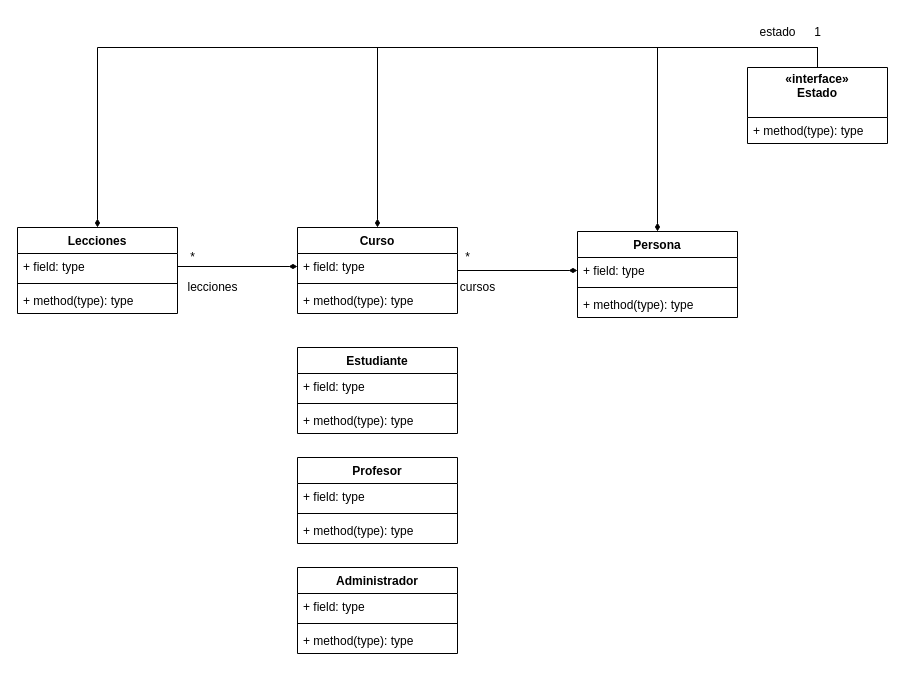
Above: Propuesta1ProyectoDesarrollo.drawio in ernestod10/Diagramas (draw.io), before the change. Source tidied: cells renumbered, new cells numbered last; positions are measured from the earlier drawing's top-left corner, leaving out a move shared by most shapes. Both pictures are drawn from the tidied source at 100%, with x=0, y=0 at pixel (17, 17).
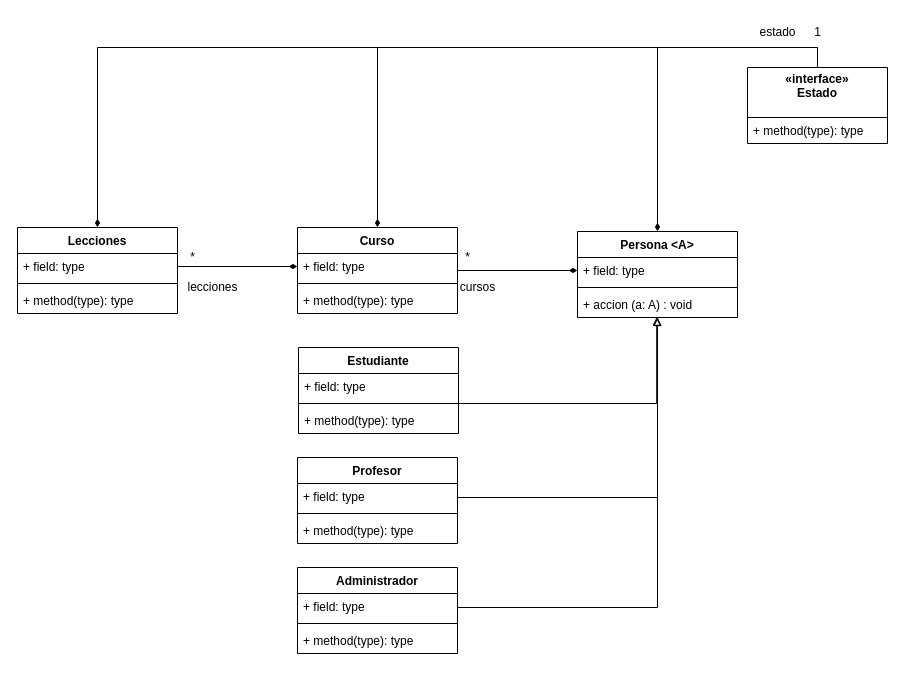
The same page after the edit.

The change refers to these unchanged cells:
```xml
<mxCell id="8" style="line;strokeWidth=1;fillColor=none;align=left;verticalAlign=middle;spacingTop=-1;spacingLeft=3;spacingRight=3;labelPosition=right;points=[];portConstraint=eastwest;strokeColor=inherit;" parent="6" vertex="1">
  <mxGeometry y="52" width="160" height="8" as="geometry" />
</mxCell>
<mxCell id="11" value="+ field: type" style="text;strokeColor=none;fillColor=none;align=left;verticalAlign=top;spacingLeft=4;spacingRight=4;overflow=hidden;points=[[0,0.5],[1,0.5]];portConstraint=eastwest;" parent="10" vertex="1">
  <mxGeometry y="26" width="160" height="26" as="geometry" />
</mxCell>
<mxCell id="15" value="+ field: type" style="text;strokeColor=none;fillColor=none;align=left;verticalAlign=top;spacingLeft=4;spacingRight=4;overflow=hidden;points=[[0,0.5],[1,0.5]];portConstraint=eastwest;" parent="14" vertex="1">
  <mxGeometry y="26" width="160" height="26" as="geometry" />
</mxCell>
```

Diff of the diagram source:
```diff
@@
-    <mxCell id="2" value="Persona" style="swimlane;fontStyle=1;align=center;verticalAlign=top;horizontal=1;startSize=26;" parent="1" vertex="1">
+    <mxCell id="2" value="Persona &lt;A&gt;" style="swimlane;fontStyle=1;align=center;verticalAlign=top;horizontal=1;startSize=26;" parent="1" vertex="1">
       <mxGeometry x="560" y="214" width="160" height="86" as="geometry" />
     </mxCell>
@@
-    <mxCell id="5" value="+ method(type): type" style="text;strokeColor=none;fillColor=none;align=left;verticalAlign=top;spacingLeft=4;spacingRight=4;overflow=hidden;points=[[0,0.5],[1,0.5]];portConstraint=eastwest;" parent="2" vertex="1">
+    <mxCell id="5" value="+ accion (a: A) : void" style="text;strokeColor=none;fillColor=none;align=left;verticalAlign=top;spacingLeft=4;spacingRight=4;overflow=hidden;points=[[0,0.5],[1,0.5]];portConstraint=eastwest;" parent="2" vertex="1">
       <mxGeometry y="60" width="160" height="26" as="geometry" />
     </mxCell>
     <mxCell id="6" value="Estudiante" style="swimlane;fontStyle=1;align=center;verticalAlign=top;horizontal=1;startSize=26;" parent="1" vertex="1">
-      <mxGeometry x="280" y="330" width="160" height="86" as="geometry" />
+      <mxGeometry x="281" y="330" width="160" height="86" as="geometry" />
     </mxCell>
@@
+    <mxCell id="39" style="edgeStyle=orthogonalEdgeStyle;rounded=0;jettySize=auto;html=1;entryX=0.495;entryY=0.987;entryDx=0;entryDy=0;entryPerimeter=0;endArrow=block;endFill=0;" parent="1" edge="1" source="8" target="5">
+      <mxGeometry relative="1" as="geometry">
+        <Array as="points">
+          <mxPoint x="639" y="386" />
+        </Array>
+      </mxGeometry>
+    </mxCell>
+    <mxCell id="40" style="edgeStyle=orthogonalEdgeStyle;rounded=0;jettySize=auto;html=1;endArrow=block;endFill=0;exitX=1;exitY=0.5;exitDx=0;exitDy=0;strokeColor=default;" parent="1" edge="1" source="11">
+      <mxGeometry relative="1" as="geometry">
+        <mxPoint x="640" y="300" as="targetPoint" />
+        <Array as="points">
+          <mxPoint x="640" y="480" />
+        </Array>
+      </mxGeometry>
+    </mxCell>
+    <mxCell id="41" style="edgeStyle=orthogonalEdgeStyle;rounded=0;jettySize=auto;html=1;endArrow=block;endFill=0;exitX=1;exitY=0.5;exitDx=0;exitDy=0;strokeColor=default;" parent="1" edge="1" source="15" target="5">
+      <mxGeometry relative="1" as="geometry">
+        <Array as="points">
+          <mxPoint x="440" y="590" />
+          <mxPoint x="640" y="590" />
+        </Array>
+      </mxGeometry>
+    </mxCell>
```
